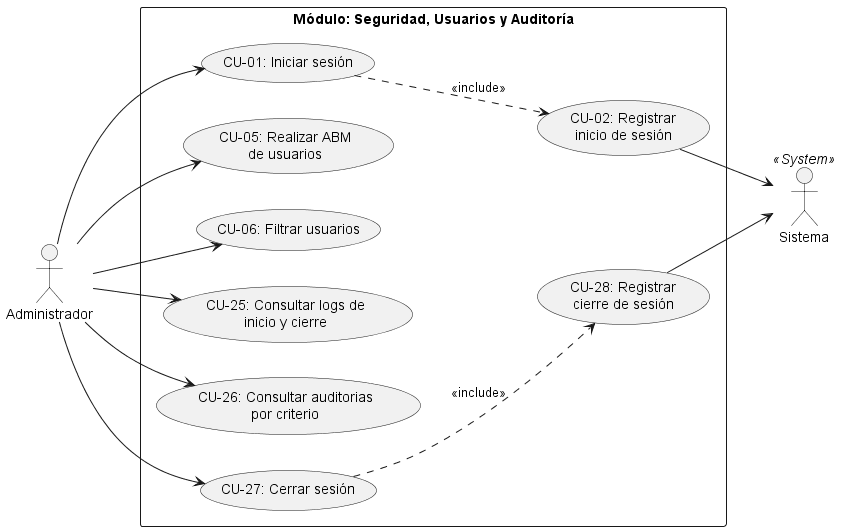
Before: UTD/docs/imagenes/Admin_Modulo_Seguridad_Auditoria.png, a diagram exported from PlantUML (Ulises-Guzman/Sistema_UTD).
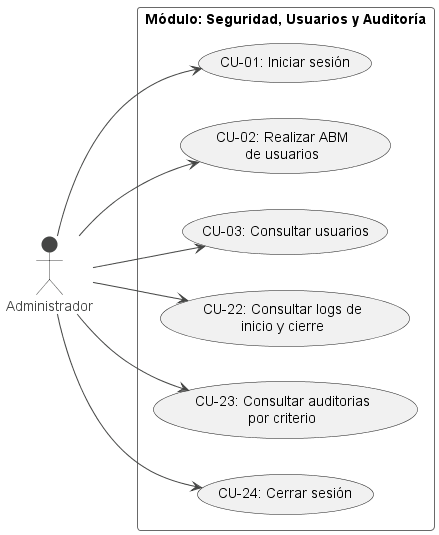
After the change.

The edit, as a diff of the source:
```diff
@@ -1,30 +1,23 @@
 @startuml Modulo_Seguridad_Auditoria
+!theme vibrant
 left to right direction
 
+
 actor "Administrador" as admin
-actor "Sistema" as system <<System>>
 
 rectangle "Módulo: Seguridad, Usuarios y Auditoría" {
   usecase "CU-01: Iniciar sesión" as CU01
-  usecase "CU-02: Registrar\ninicio de sesión" as CU02
-  usecase "CU-05: Realizar ABM\nde usuarios" as CU05
-  usecase "CU-06: Filtrar usuarios" as CU06
-  usecase "CU-25: Consultar logs de\ninicio y cierre" as CU25
-  usecase "CU-26: Consultar auditorias\npor criterio" as CU26
-  usecase "CU-27: Cerrar sesión" as CU27
-  usecase "CU-28: Registrar\ncierre de sesión" as CU28
+  usecase "CU-02: Realizar ABM\nde usuarios" as CU02
+  usecase "CU-03: Consultar usuarios" as CU03
+  usecase "CU-22: Consultar logs de\ninicio y cierre" as CU22
+  usecase "CU-23: Consultar auditorias\npor criterio" as CU23
+  usecase "CU-24: Cerrar sesión" as CU24
 }
 
 admin --> CU01
-admin --> CU05
-admin --> CU06
-admin --> CU25
-admin --> CU26
-admin --> CU27
-
-CU01 ..> CU02 : <<include>>
-CU27 ..> CU28 : <<include>>
-
-CU02 --> system
-CU28 --> system
+admin --> CU02
+admin --> CU03
+admin --> CU22
+admin --> CU23
+admin --> CU24
 @enduml
```
